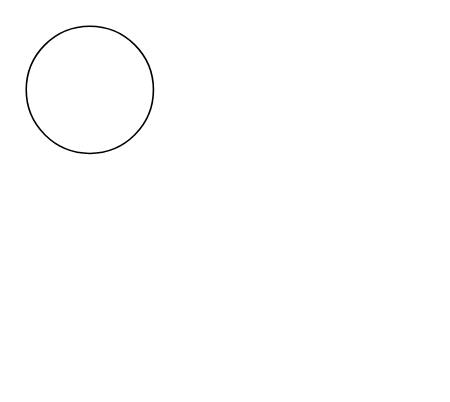
This is Untitled Diagram.drawio from cnusrini/ant-design, a draw.io file, before an edit. Source tidied: cells renumbered, new cells numbered last; positions are measured from the earlier drawing's top-left corner, leaving out a move shared by most shapes. Both pictures are drawn from the tidied source at 159%, with x=0, y=0 at pixel (25, 25).
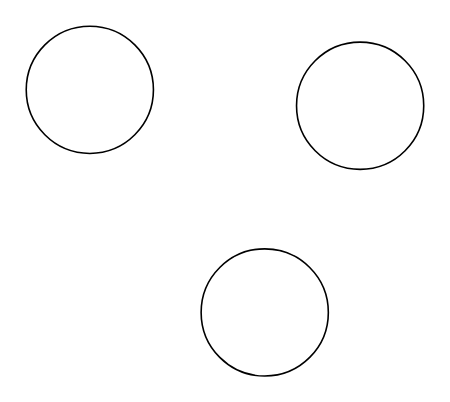
The same page after the edit.

Diff of the diagram source:
```diff
@@
 <mxGraphModel>
   <root>
     <mxCell id="0" />
     <mxCell id="1" parent="0" />
     <mxCell id="2" style="ellipse;whiteSpace=wrap;html=1;" parent="1" vertex="1">
       <mxGeometry width="80" height="80" as="geometry" />
     </mxCell>
+    <mxCell id="3" style="ellipse;whiteSpace=wrap;html=1;" parent="1" vertex="1">
+      <mxGeometry x="170" y="10" width="80" height="80" as="geometry" />
+    </mxCell>
+    <mxCell id="4" style="ellipse;whiteSpace=wrap;html=1;" parent="1" vertex="1">
+      <mxGeometry x="110" y="140" width="80" height="80" as="geometry" />
+    </mxCell>
   </root>
 </mxGraphModel>
```
